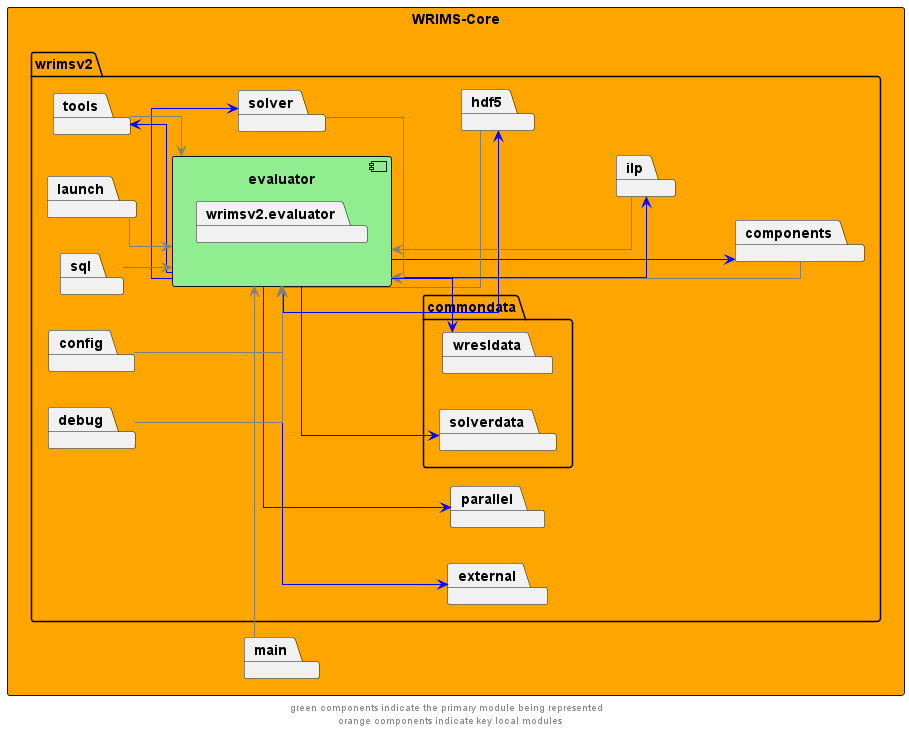
Earlier version of the PlantUML export docs/diagrams/wrims-core/wrims-core_evaluator.png (CentralValleyModeling/wrims).
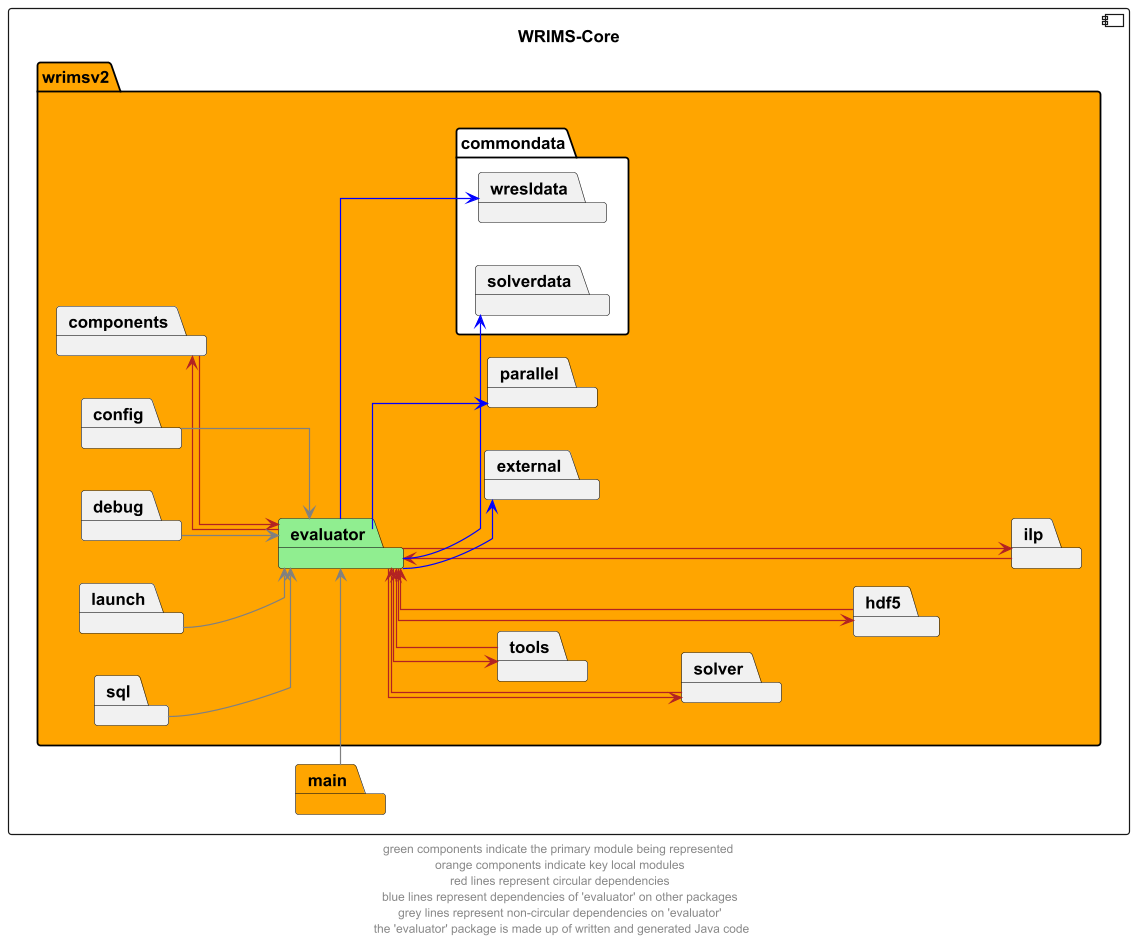
The same diagram one commit later.

What changed in the source:
```diff
@@ -2,13 +2,10 @@
 left to right direction
 skinparam linetype ortho
 
-rectangle wrims_core as "WRIMS-Core" #orange {
-    package wrimsv2 {
-        component evaluator #lightgreen {
-            package wrimsv2.evaluator{
-            }
-        }
-        package commondata{
+component wrims_core as "WRIMS-Core"{
+    package wrimsv2  #orange {
+        package evaluator #lightgreen
+        package commondata #white {
                 package wresldata
                 package solverdata
 
@@ -26,19 +23,19 @@
         package tools
 
     }
-package main
+package main #orange
 }
 
-evaluator --> components #blue
-components --> evaluator #grey
-evaluator --> hdf5 #blue
-hdf5 --> evaluator  #grey
-evaluator --> ilp #blue
-ilp --> evaluator  #grey
-evaluator --> solver #blue
-solver -left-> evaluator  #grey
-evaluator --> tools #blue
-tools --> evaluator  #grey
+evaluator --> components #firebrick
+components -r-> evaluator #firebrick
+evaluator --> hdf5 #firebrick
+hdf5 --> evaluator  #firebrick
+evaluator --> ilp #firebrick
+ilp --> evaluator  #firebrick
+evaluator --> solver #firebrick
+solver -left-> evaluator  #firebrick
+evaluator --> tools #firebrick
+tools --> evaluator  #firebrick
 
 evaluator --> external #blue
 evaluator --> parallel #blue
@@ -56,5 +53,5 @@
 hdf5 -up[hidden]-> solver
 solver -up[hidden]-> tools
 
-footer "green components indicate the primary module being represented \n orange components indicate key local modules"
+footer "green components indicate the primary module being represented \n orange components indicate key local modules \n red lines represent circular dependencies \n blue lines represent dependencies of 'evaluator' on other packages \n grey lines represent non-circular dependencies on 'evaluator' \n the 'evaluator' package is made up of written and generated Java code"
 @enduml
```
